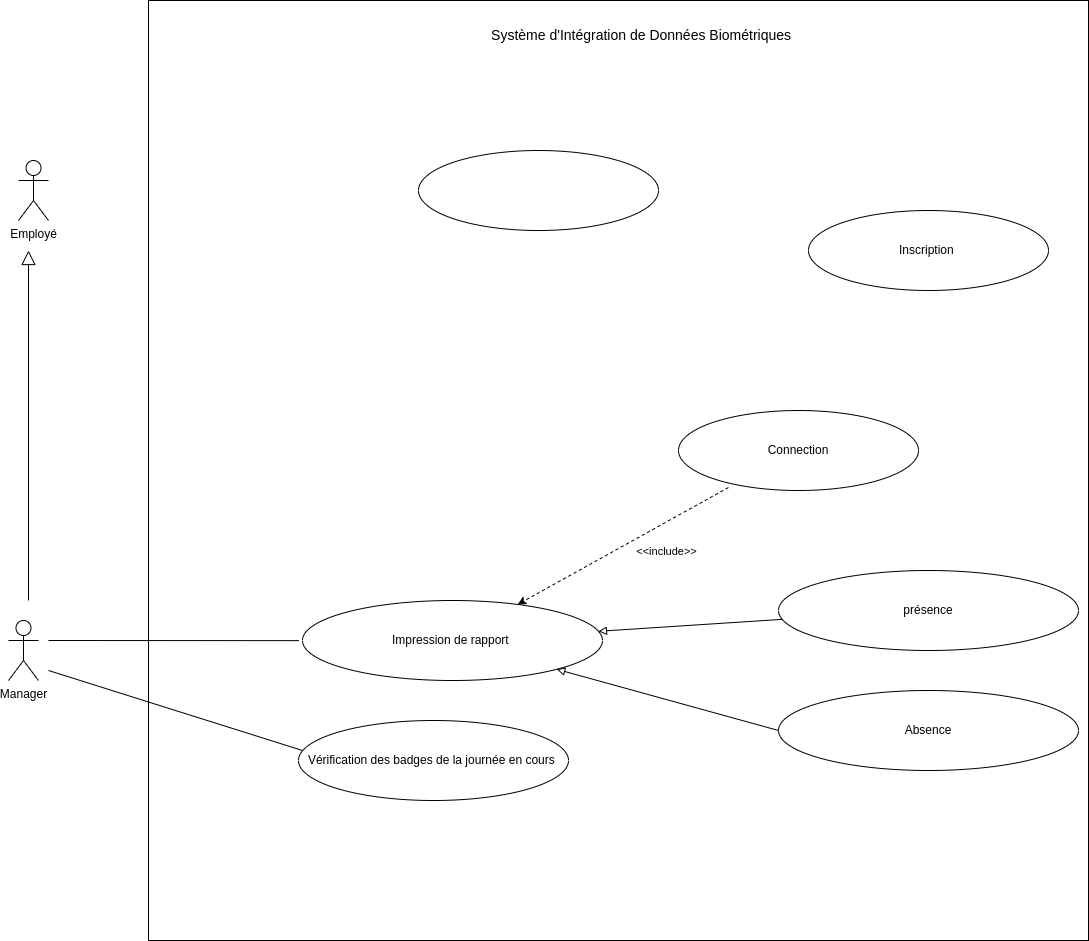
This is static/Diagramme de cas d'utilisation.drawio.png from Siluearsene/borne_biometrique, a draw.io export, as it was before one commit. Source tidied: cells renumbered, new cells last; positions are measured from the earlier drawing's top-left corner, leaving out a move shared by most shapes.
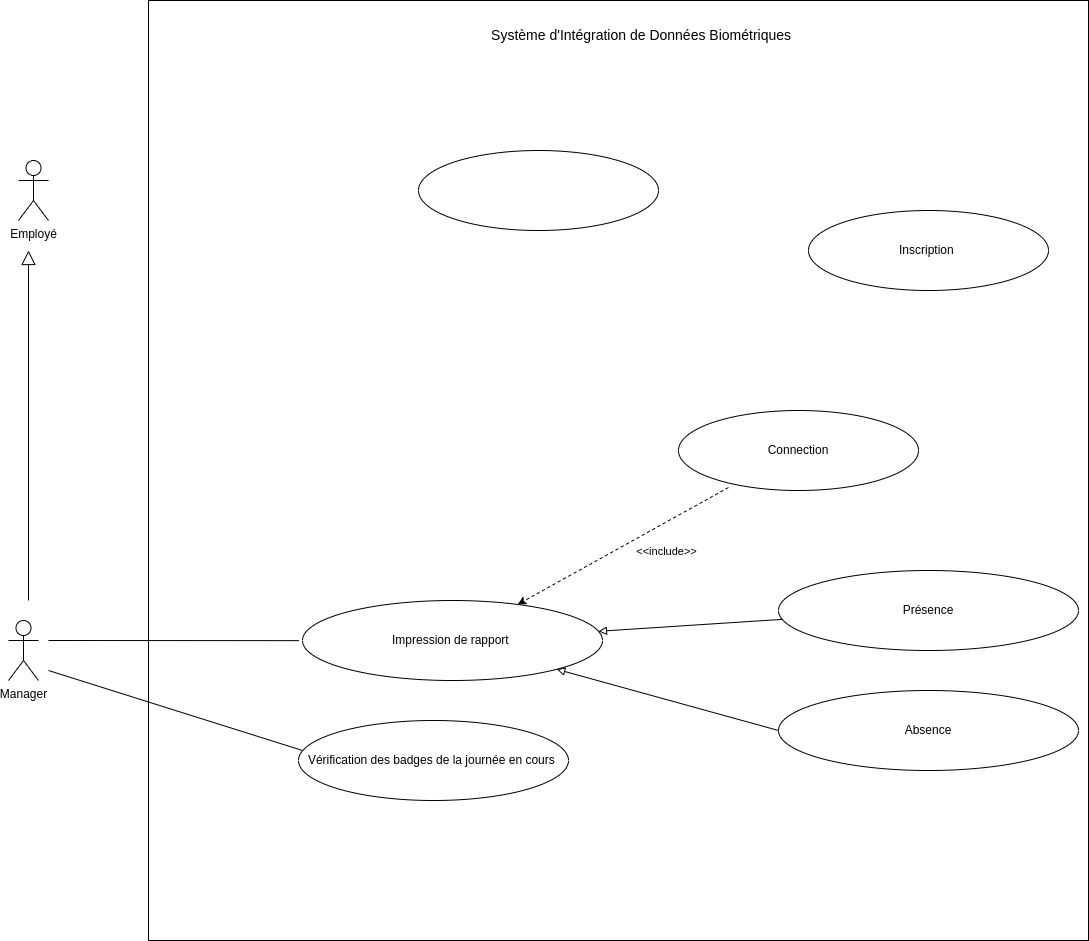
After the change.

Commit message:
Mettre à jour Diagramme de cas d'utilisation.drawio.png

The edit, as a diff of the source:
```diff
@@ -29,7 +29,7 @@
     <mxCell id="9" value="Vérification des badges de la journée en cours&amp;nbsp;" style="ellipse;whiteSpace=wrap;html=1;" parent="1" vertex="1">
       <mxGeometry x="290" y="720" width="270" height="80" as="geometry" />
     </mxCell>
-    <mxCell id="10" value="présence" style="ellipse;whiteSpace=wrap;html=1;" parent="1" vertex="1">
+    <mxCell id="10" value="Présence" style="ellipse;whiteSpace=wrap;html=1;" parent="1" vertex="1">
       <mxGeometry x="770" y="570" width="300" height="80" as="geometry" />
     </mxCell>
     <mxCell id="11" value="Impression de rapport&amp;nbsp;" style="ellipse;whiteSpace=wrap;html=1;" parent="1" vertex="1">
```
